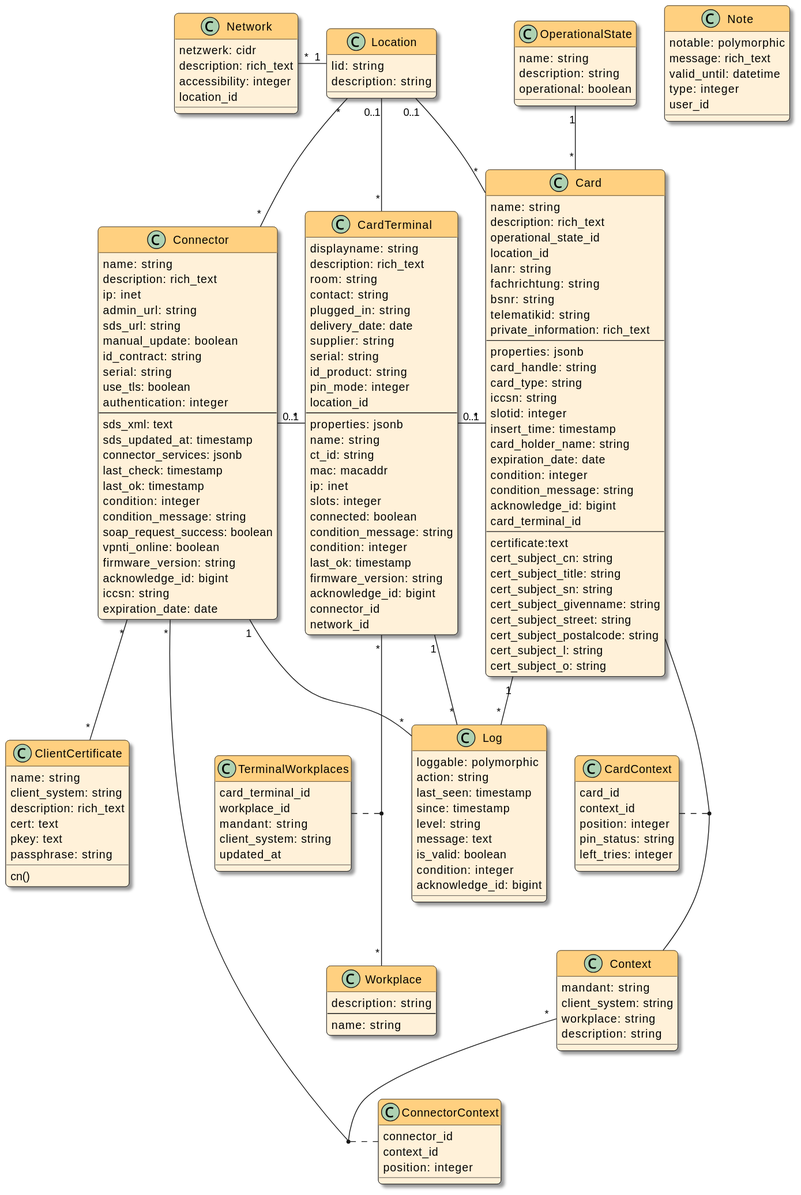
Earlier version of the PlantUML export docs/devnotes/_images/models.svg (swobspace/cocard).
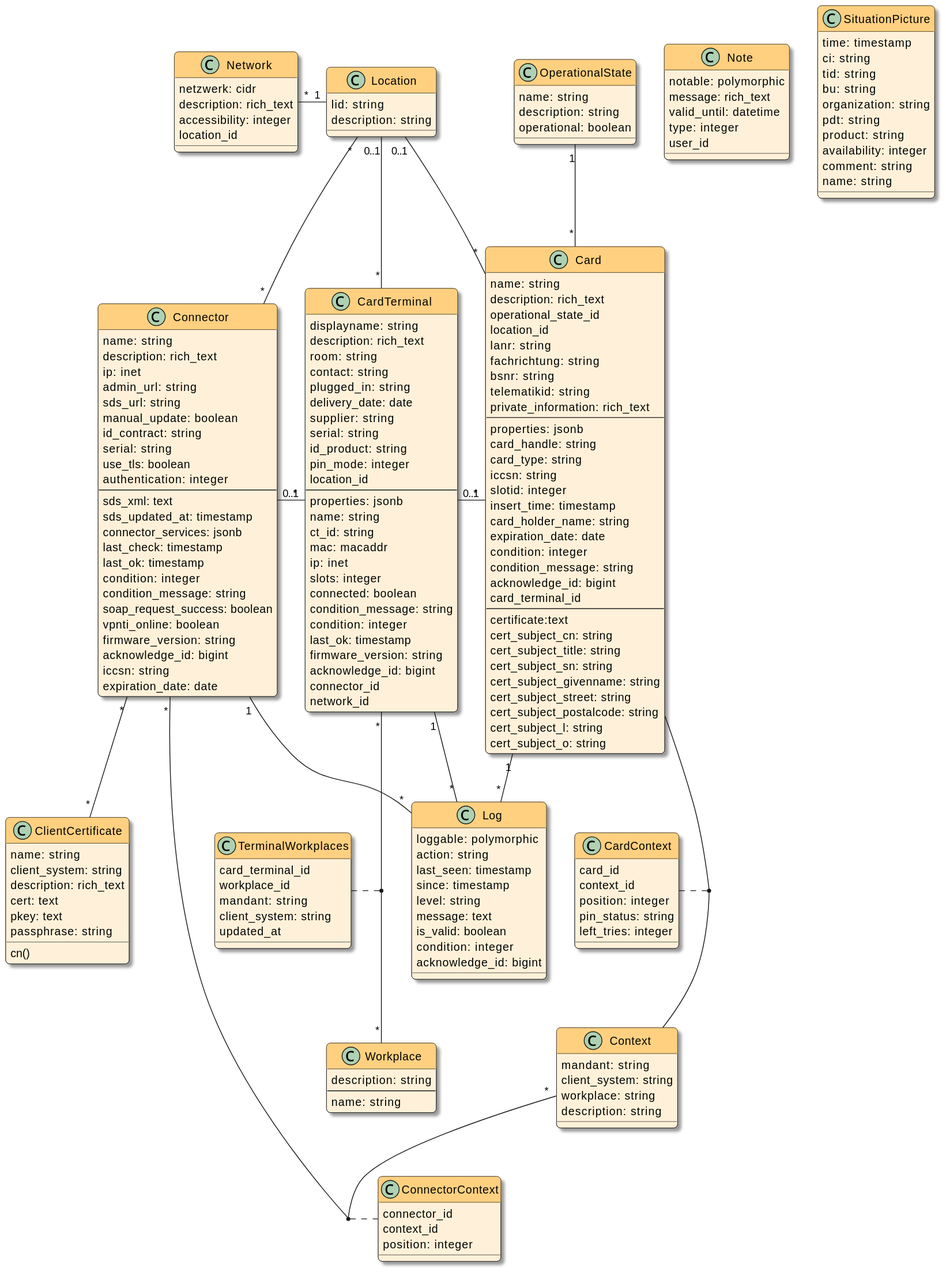
The same diagram one commit later.

What changed in the source:
```diff
@@ -193,4 +193,17 @@
 Card "1" -- "*" Log
 
 Connector "*" -- "*" ClientCertificate
+
+Class SituationPicture {
+  time: timestamp
+  ci: string
+  tid: string
+  bu: string
+  organization: string
+  pdt: string
+  product: string
+  availability: integer
+  comment: string
+  name: string
+}
 @enduml
```
